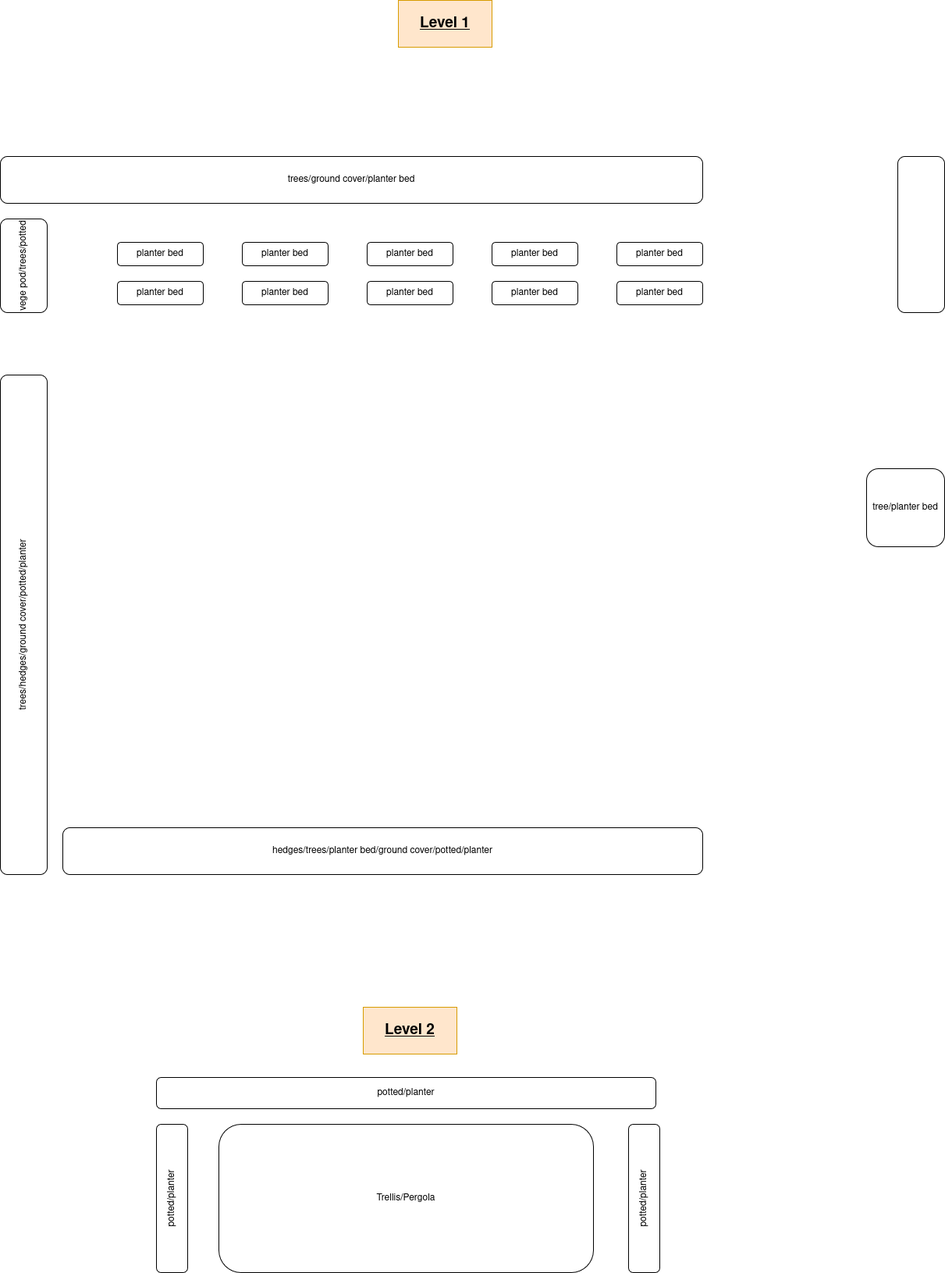
Earlier version of the draw.io export gardening_planning.drawio.png (vigneshvalliappan/gardening). Source tidied: cells renumbered, new cells last; positions are measured from the earlier drawing's top-left corner, leaving out a move shared by most shapes.
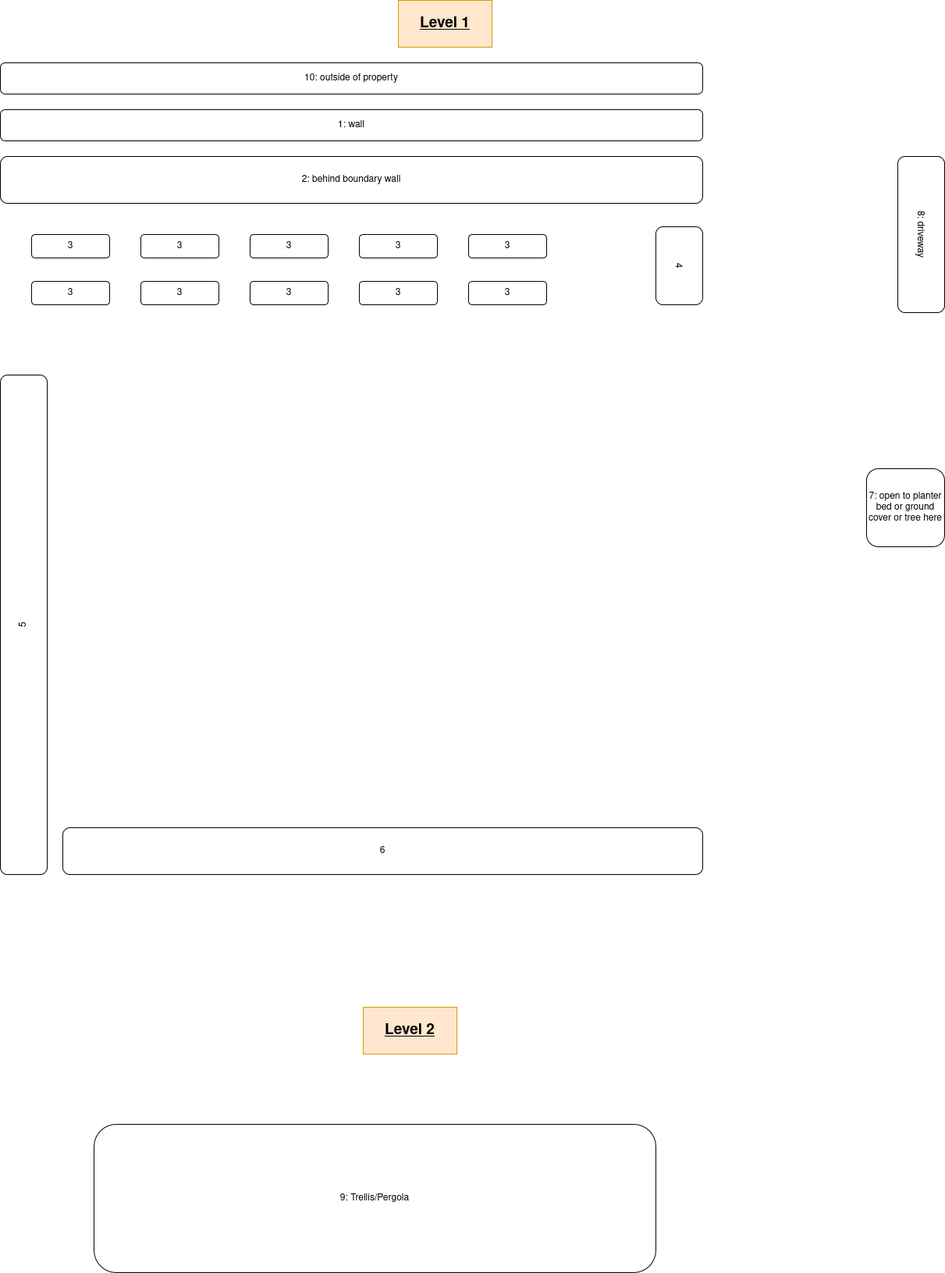
Later version of the same file.

Diff of the diagram source:
```diff
@@ -2,52 +2,49 @@
   <root>
     <mxCell id="0" />
     <mxCell id="1" parent="0" />
-    <mxCell id="2" value="planter bed" style="rounded=1;whiteSpace=wrap;html=1;" parent="1" vertex="1">
-      <mxGeometry x="440" y="310" width="110" height="30" as="geometry" />
+    <mxCell id="2" value="3" style="rounded=1;whiteSpace=wrap;html=1;" parent="1" vertex="1">
+      <mxGeometry x="330" y="300" width="100" height="30" as="geometry" />
     </mxCell>
-    <mxCell id="3" value="planter bed" style="rounded=1;whiteSpace=wrap;html=1;" parent="1" vertex="1">
-      <mxGeometry x="440" y="360" width="110" height="30" as="geometry" />
+    <mxCell id="3" value="3" style="rounded=1;whiteSpace=wrap;html=1;" parent="1" vertex="1">
+      <mxGeometry x="330" y="360" width="100" height="30" as="geometry" />
     </mxCell>
-    <mxCell id="4" value="planter bed" style="rounded=1;whiteSpace=wrap;html=1;" parent="1" vertex="1">
-      <mxGeometry x="600" y="310" width="110" height="30" as="geometry" />
+    <mxCell id="4" value="3" style="rounded=1;whiteSpace=wrap;html=1;" parent="1" vertex="1">
+      <mxGeometry x="470" y="300" width="100" height="30" as="geometry" />
     </mxCell>
-    <mxCell id="5" value="planter bed" style="rounded=1;whiteSpace=wrap;html=1;" parent="1" vertex="1">
-      <mxGeometry x="600" y="360" width="110" height="30" as="geometry" />
+    <mxCell id="5" value="3" style="rounded=1;whiteSpace=wrap;html=1;" parent="1" vertex="1">
+      <mxGeometry x="470" y="360" width="100" height="30" as="geometry" />
     </mxCell>
-    <mxCell id="6" value="planter bed" style="rounded=1;whiteSpace=wrap;html=1;" parent="1" vertex="1">
-      <mxGeometry x="760" y="310" width="110" height="30" as="geometry" />
+    <mxCell id="6" value="3" style="rounded=1;whiteSpace=wrap;html=1;" parent="1" vertex="1">
+      <mxGeometry x="610" y="300" width="100" height="30" as="geometry" />
     </mxCell>
-    <mxCell id="7" value="planter bed" style="rounded=1;whiteSpace=wrap;html=1;" parent="1" vertex="1">
-      <mxGeometry x="760" y="360" width="110" height="30" as="geometry" />
+    <mxCell id="7" value="3" style="rounded=1;whiteSpace=wrap;html=1;" parent="1" vertex="1">
+      <mxGeometry x="610" y="360" width="100" height="30" as="geometry" />
     </mxCell>
-    <mxCell id="8" value="planter bed" style="rounded=1;whiteSpace=wrap;html=1;" parent="1" vertex="1">
-      <mxGeometry x="920" y="310" width="110" height="30" as="geometry" />
+    <mxCell id="8" value="3" style="rounded=1;whiteSpace=wrap;html=1;" parent="1" vertex="1">
+      <mxGeometry x="750" y="300" width="100" height="30" as="geometry" />
     </mxCell>
-    <mxCell id="9" value="planter bed" style="rounded=1;whiteSpace=wrap;html=1;" parent="1" vertex="1">
-      <mxGeometry x="920" y="360" width="110" height="30" as="geometry" />
+    <mxCell id="9" value="3" style="rounded=1;whiteSpace=wrap;html=1;" parent="1" vertex="1">
+      <mxGeometry x="750" y="360" width="100" height="30" as="geometry" />
     </mxCell>
-    <mxCell id="10" value="planter bed" style="rounded=1;whiteSpace=wrap;html=1;" parent="1" vertex="1">
-      <mxGeometry x="1080" y="310" width="110" height="30" as="geometry" />
+    <mxCell id="10" value="3" style="rounded=1;whiteSpace=wrap;html=1;" parent="1" vertex="1">
+      <mxGeometry x="890" y="300" width="100" height="30" as="geometry" />
     </mxCell>
-    <mxCell id="11" value="planter bed" style="rounded=1;whiteSpace=wrap;html=1;" parent="1" vertex="1">
-      <mxGeometry x="1080" y="360" width="110" height="30" as="geometry" />
+    <mxCell id="11" value="3" style="rounded=1;whiteSpace=wrap;html=1;" parent="1" vertex="1">
+      <mxGeometry x="890" y="360" width="100" height="30" as="geometry" />
     </mxCell>
-    <mxCell id="12" value="trees/ground cover/planter bed" style="rounded=1;whiteSpace=wrap;html=1;" parent="1" vertex="1">
+    <mxCell id="12" value="2: behind boundary wall" style="rounded=1;whiteSpace=wrap;html=1;" parent="1" vertex="1">
       <mxGeometry x="290" y="200" width="900" height="60" as="geometry" />
     </mxCell>
-    <mxCell id="13" value="vege pod/trees/potted" style="rounded=1;whiteSpace=wrap;html=1;rotation=-90;" parent="1" vertex="1">
-      <mxGeometry x="260" y="310" width="120" height="60" as="geometry" />
-    </mxCell>
-    <mxCell id="14" style="rounded=1;whiteSpace=wrap;html=1;rotation=90;" parent="1" vertex="1">
+    <mxCell id="14" value="8: driveway" style="rounded=1;whiteSpace=wrap;html=1;rotation=90;" parent="1" vertex="1">
       <mxGeometry x="1370" y="270" width="200" height="60" as="geometry" />
     </mxCell>
-    <mxCell id="15" value="trees/hedges/ground cover/potted/planter" style="rounded=1;whiteSpace=wrap;html=1;rotation=-90;" parent="1" vertex="1">
+    <mxCell id="15" value="5" style="rounded=1;whiteSpace=wrap;html=1;rotation=-90;" parent="1" vertex="1">
       <mxGeometry y="770" width="640" height="60" as="geometry" />
     </mxCell>
-    <mxCell id="16" value="hedges/trees/planter bed/ground cover/potted/planter" style="rounded=1;whiteSpace=wrap;html=1;" parent="1" vertex="1">
+    <mxCell id="16" value="6" style="rounded=1;whiteSpace=wrap;html=1;" parent="1" vertex="1">
       <mxGeometry x="370" y="1060" width="820" height="60" as="geometry" />
     </mxCell>
-    <mxCell id="17" value="tree/planter bed" style="rounded=1;whiteSpace=wrap;html=1;" parent="1" vertex="1">
+    <mxCell id="17" value="7: open to planter bed or ground cover or tree here" style="rounded=1;whiteSpace=wrap;html=1;" parent="1" vertex="1">
       <mxGeometry x="1400" y="600" width="100" height="100" as="geometry" />
     </mxCell>
     <mxCell id="18" value="&lt;font style=&quot;font-size: 19px;&quot;&gt;&lt;b&gt;&lt;u&gt;Level 1&lt;/u&gt;&lt;/b&gt;&lt;/font&gt;" style="rounded=0;whiteSpace=wrap;html=1;fillColor=#ffe6cc;strokeColor=#d79b00;" parent="1" vertex="1">
@@ -56,17 +53,17 @@
     <mxCell id="19" value="&lt;font style=&quot;font-size: 19px;&quot;&gt;&lt;b&gt;&lt;u&gt;Level 2&lt;/u&gt;&lt;/b&gt;&lt;/font&gt;" style="rounded=0;whiteSpace=wrap;html=1;fillColor=#ffe6cc;strokeColor=#d79b00;" parent="1" vertex="1">
       <mxGeometry x="755" y="1290" width="120" height="60" as="geometry" />
     </mxCell>
-    <mxCell id="20" value="Trellis/Pergola" style="rounded=1;whiteSpace=wrap;html=1;" parent="1" vertex="1">
-      <mxGeometry x="570" y="1440" width="480" height="190" as="geometry" />
+    <mxCell id="20" value="9: Trellis/Pergola" style="rounded=1;whiteSpace=wrap;html=1;" parent="1" vertex="1">
+      <mxGeometry x="410" y="1440" width="720" height="190" as="geometry" />
     </mxCell>
-    <mxCell id="21" value="potted/planter" style="rounded=1;whiteSpace=wrap;html=1;" parent="1" vertex="1">
-      <mxGeometry x="490" y="1380" width="640" height="40" as="geometry" />
-    </mxCell>
-    <mxCell id="22" value="potted/planter" style="rounded=1;whiteSpace=wrap;html=1;rotation=-90;" parent="1" vertex="1">
-      <mxGeometry x="415" y="1515" width="190" height="40" as="geometry" />
-    </mxCell>
-    <mxCell id="23" value="potted/planter" style="rounded=1;whiteSpace=wrap;html=1;rotation=-90;" parent="1" vertex="1">
-      <mxGeometry x="1020" y="1515" width="190" height="40" as="geometry" />
-    </mxCell>
+    <mxCell id="24" value="&lt;div&gt;1: wall&lt;/div&gt;" style="rounded=1;whiteSpace=wrap;html=1;" parent="1" vertex="1">
+      <mxGeometry x="290" y="140" width="900" height="40" as="geometry" />
+    </mxCell>
+    <mxCell id="25" value="10: outside of property" style="rounded=1;whiteSpace=wrap;html=1;" parent="1" vertex="1">
+      <mxGeometry x="290" y="80" width="900" height="40" as="geometry" />
+    </mxCell>
+    <mxCell id="26" value="4" style="rounded=1;whiteSpace=wrap;html=1;rotation=90;" parent="1" vertex="1">
+      <mxGeometry x="1110" y="310" width="100" height="60" as="geometry" />
+    </mxCell>
   </root>
 </mxGraphModel>
```
